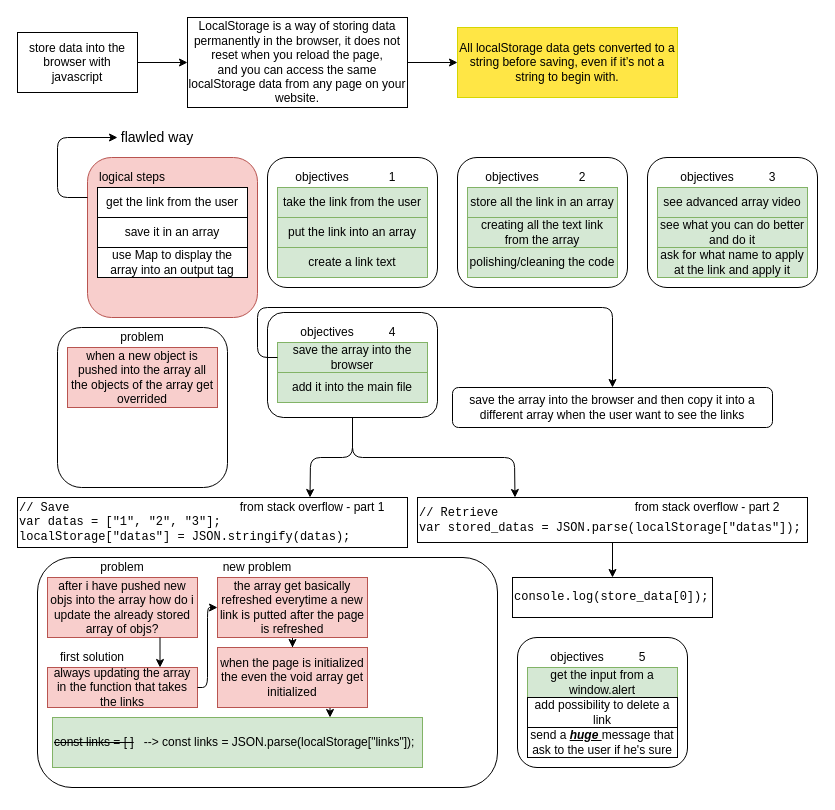
gabrieleboccarusso/startpage keeps this draw.io diagram as data_storage.drawio. Above is the earlier version. Source tidied: cells renumbered, new cells numbered last; positions are measured from the earlier drawing's top-left corner, leaving out a move shared by most shapes. Both pictures are drawn from the tidied source at 100%, with x=0, y=0 at pixel (17, 17).
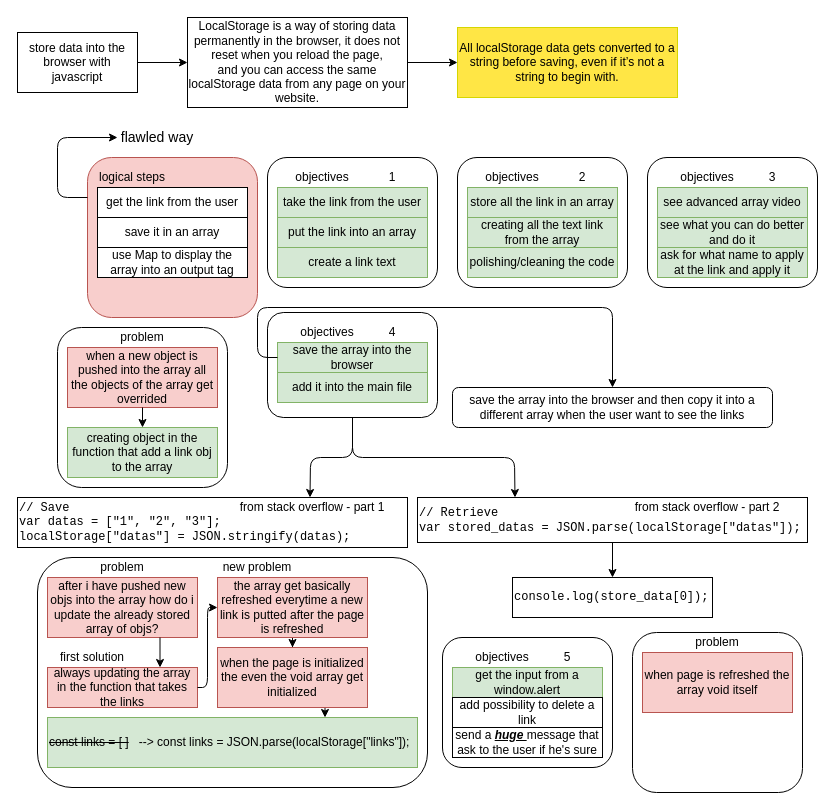
The same diagram, later.

Commit message (it also covers changes not shown here):
bugged version of the client side storage

Unchanged cells that the change refers to:
```xml
<mxCell id="32" value="when a new object is pushed into the array all the objects of the array get overrided" style="rounded=0;whiteSpace=wrap;html=1;fillColor=#f8cecc;strokeColor=#b85450;" parent="1" vertex="1">
  <mxGeometry x="50" y="330" width="150" height="60" as="geometry" />
</mxCell>
```

Diff of the diagram source:
```diff
@@
     <mxCell id="50" style="rounded=1;whiteSpace=wrap;html=1;" parent="1" vertex="1">
-      <mxGeometry x="20" y="540" width="460" height="230" as="geometry" />
+      <mxGeometry x="20" y="540" width="390" height="230" as="geometry" />
     </mxCell>
@@
     <mxCell id="62" value="&lt;strike&gt;const links = [ ]&lt;/strike&gt;&amp;nbsp; &amp;nbsp;--&amp;gt; const links = JSON.parse(localStorage[&quot;links&quot;]);" style="rounded=0;whiteSpace=wrap;html=1;align=left;fillColor=#d5e8d4;strokeColor=#82b366;" parent="1" vertex="1">
-      <mxGeometry x="35" y="700" width="370" height="50" as="geometry" />
+      <mxGeometry x="30" y="700" width="370" height="50" as="geometry" />
     </mxCell>
     <mxCell id="63" style="rounded=1;whiteSpace=wrap;html=1;" parent="1" vertex="1">
-      <mxGeometry x="500" y="620" width="170" height="130" as="geometry" />
+      <mxGeometry x="425" y="620" width="170" height="130" as="geometry" />
     </mxCell>
     <mxCell id="64" value="objectives" style="text;html=1;strokeColor=none;fillColor=none;align=center;verticalAlign=middle;whiteSpace=wrap;rounded=0;" parent="1" vertex="1">
-      <mxGeometry x="520" y="630" width="80" height="20" as="geometry" />
+      <mxGeometry x="445" y="630" width="80" height="20" as="geometry" />
     </mxCell>
     <mxCell id="65" value="get the input from a window.alert" style="rounded=0;whiteSpace=wrap;html=1;fillColor=#d5e8d4;strokeColor=#82b366;" parent="1" vertex="1">
-      <mxGeometry x="510" y="650" width="150" height="30" as="geometry" />
+      <mxGeometry x="435" y="650" width="150" height="30" as="geometry" />
     </mxCell>
     <mxCell id="66" value="5" style="text;html=1;strokeColor=none;fillColor=none;align=center;verticalAlign=middle;whiteSpace=wrap;rounded=0;" parent="1" vertex="1">
-      <mxGeometry x="590" y="630" width="70" height="20" as="geometry" />
+      <mxGeometry x="515" y="630" width="70" height="20" as="geometry" />
     </mxCell>
     <mxCell id="67" value="add possibility to delete a link" style="rounded=0;whiteSpace=wrap;html=1;" parent="1" vertex="1">
-      <mxGeometry x="510" y="680" width="150" height="30" as="geometry" />
+      <mxGeometry x="435" y="680" width="150" height="30" as="geometry" />
     </mxCell>
     <mxCell id="68" value="send a &lt;b&gt;&lt;u&gt;&lt;i&gt;huge &lt;/i&gt;&lt;/u&gt;&lt;/b&gt;message that ask to the user if he's sure" style="rounded=0;whiteSpace=wrap;html=1;" parent="1" vertex="1">
-      <mxGeometry x="510" y="710" width="150" height="30" as="geometry" />
+      <mxGeometry x="435" y="710" width="150" height="30" as="geometry" />
     </mxCell>
+    <mxCell id="69" value="creating object in the function that add a link obj to the array" style="rounded=0;whiteSpace=wrap;html=1;fillColor=#d5e8d4;strokeColor=#82b366;" parent="1" vertex="1">
+      <mxGeometry x="50" y="410" width="150" height="50" as="geometry" />
+    </mxCell>
+    <mxCell id="70" style="endArrow=classic;html=1;exitX=0.5;exitY=1;exitDx=0;exitDy=0;entryX=0.5;entryY=0;entryDx=0;entryDy=0;" parent="1" edge="1" source="32" target="69">
+      <mxGeometry relative="1" as="geometry" />
+    </mxCell>
+    <mxCell id="71" style="rounded=1;whiteSpace=wrap;html=1;" parent="1" vertex="1">
+      <mxGeometry x="615" y="615" width="170" height="160" as="geometry" />
+    </mxCell>
+    <mxCell id="72" value="problem" style="text;html=1;strokeColor=none;fillColor=none;align=center;verticalAlign=middle;whiteSpace=wrap;rounded=0;" parent="1" vertex="1">
+      <mxGeometry x="660" y="615" width="80" height="20" as="geometry" />
+    </mxCell>
+    <mxCell id="73" value="when page is refreshed the array void itself" style="rounded=0;whiteSpace=wrap;html=1;fillColor=#f8cecc;strokeColor=#b85450;" parent="1" vertex="1">
+      <mxGeometry x="625" y="635" width="150" height="60" as="geometry" />
+    </mxCell>
```
